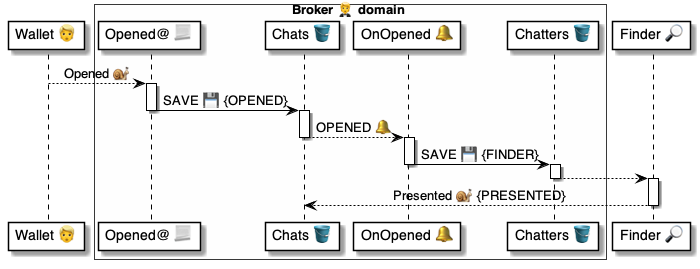
Above: 4 ⚙️ Solution/20 🧑‍🦰 UI/Brokers 🤵/🤵🪣 Broker tables/Chats 💬 table/🪣🔔 4 Opened/🤵 OnChatOpened ⚙️ uml.png in pollyweb-org/pollyweb-docs (PlantUML), before the change. Its source is kept beside it as 4 ⚙️ Solution/20 🧑‍🦰 UI/Brokers 🤵/🤵🪣 Broker tables/Chats 💬 table/🪣🔔 4 Opened/🤵 OnChatOpened ⚙️ uml.puml.
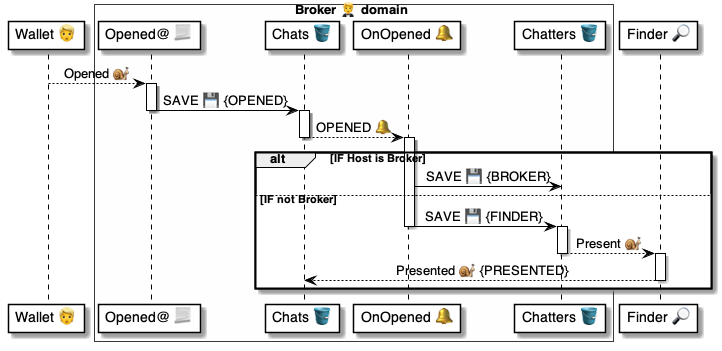
Above is the later version.

The edit, as a diff of the source:
```diff
@@ -23,16 +23,25 @@
     chats --> handler: OPENED 🔔
 deactivate chats
 
-activate handler
-    handler -> chatters: SAVE 💾 {FINDER}
-deactivate handler
+alt IF Host is Broker
 
-activate chatters
-    chatters --> finder:
-deactivate chatters
+    activate handler
+        handler -> chatters: SAVE 💾 {BROKER}
 
-activate finder
-    finder --> chats: Presented 🐌 {PRESENTED}
-deactivate finder
+else IF not Broker
+
+
+        handler -> chatters: SAVE 💾 {FINDER}
+    deactivate handler
+
+    activate chatters
+        chatters --> finder: Present 🐌
+    deactivate chatters
+
+    activate finder
+        finder --> chats: Presented 🐌 {PRESENTED}
+    deactivate finder
+
+end alt
 
 @enduml
```
